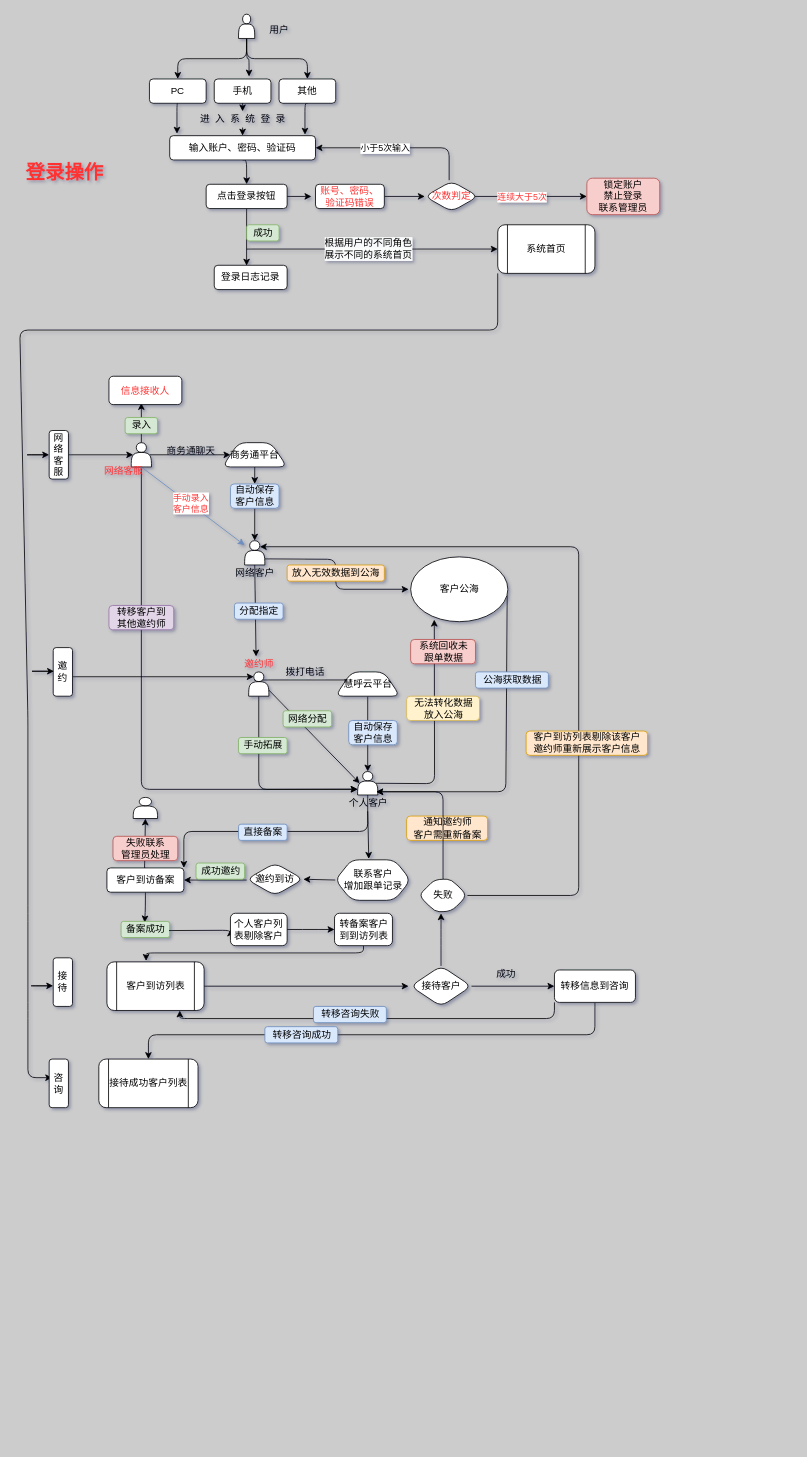
cdcmo/hgedu keeps this draw.io diagram as Untitled Diagram.drawio. Above is the earlier version. Source tidied: cells renumbered, new cells numbered last; positions are measured from the earlier drawing's top-left corner, leaving out a move shared by most shapes. Both pictures are drawn from the tidied source at 81%, with x=0, y=0 at pixel (19, 14).
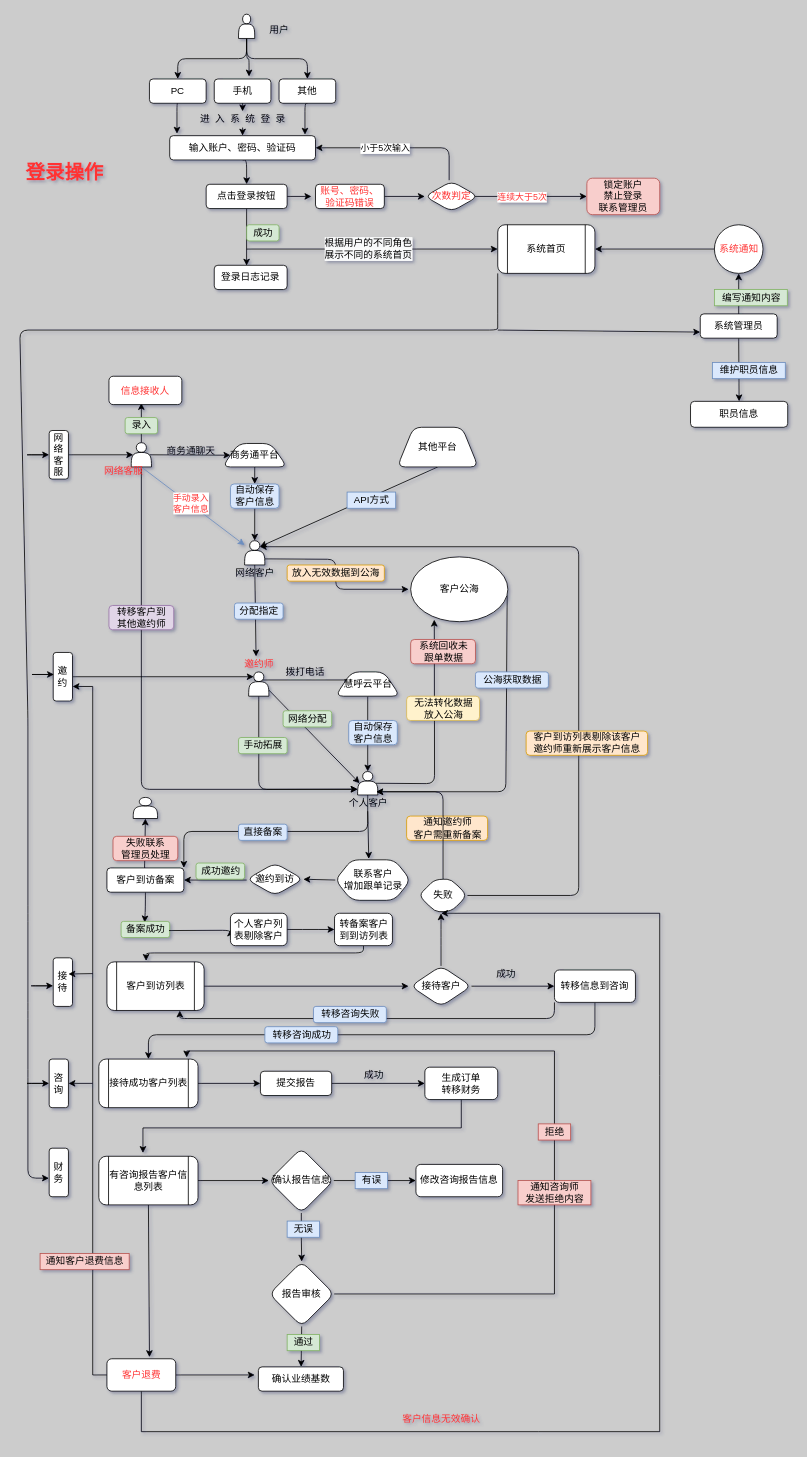
The same page after the edit.

Unchanged cells that the change refers to:
```xml
<mxCell id="33" value="&lt;font color=&quot;#000000&quot;&gt;系统首页&lt;/font&gt;" style="shape=process;whiteSpace=wrap;html=1;backgroundOutline=1;fontColor=#FF3333;rounded=1;" parent="1" vertex="1">
  <mxGeometry x="590" y="260" width="120" height="60" as="geometry" />
</mxCell>
<mxCell id="58" style="shape=actor;whiteSpace=wrap;html=1;fontColor=#FF3333;rounded=1;" parent="1" vertex="1">
  <mxGeometry x="277.5" y="650" width="25" height="30" as="geometry" />
</mxCell>
<mxCell id="96" value="接待成功客户列表" style="shape=process;whiteSpace=wrap;html=1;backgroundOutline=1;fontColor=#000000;rounded=1;" parent="1" vertex="1">
  <mxGeometry x="97.5" y="1290" width="122.5" height="60" as="geometry" />
</mxCell>
<mxCell id="112" value="咨询" style="whiteSpace=wrap;html=1;fontColor=#000000;rounded=1;" parent="1" vertex="1">
  <mxGeometry x="36.2" y="1290" width="23.8" height="60" as="geometry" />
</mxCell>
<mxCell id="113" value="接待" style="whiteSpace=wrap;html=1;fontColor=#000000;rounded=1;" parent="1" vertex="1">
  <mxGeometry x="41.2" y="1165" width="23.8" height="60" as="geometry" />
</mxCell>
```

The edit, as a diff of the source:
```diff
@@
-    <mxCell id="32" style="edgeStyle=none;jettySize=auto;html=1;exitX=0;exitY=1;exitDx=0;exitDy=0;fontColor=#000000;entryX=0.158;entryY=0.383;entryDx=0;entryDy=0;entryPerimeter=0;" parent="1" edge="1" source="33" target="112">
+    <mxCell id="32" style="edgeStyle=none;jettySize=auto;html=1;exitX=0;exitY=1;exitDx=0;exitDy=0;fontColor=#000000;entryX=-0.011;entryY=0.617;entryDx=0;entryDy=0;entryPerimeter=0;" parent="1" edge="1" source="33" target="127">
       <mxGeometry relative="1" as="geometry">
         <Array as="points">
+          <mxPoint x="590" y="380" />
           <mxPoint x="590" y="390" />
           <mxPoint y="390" />
           <mxPoint x="10" y="870" />
           <mxPoint x="10" y="1110" />
           <mxPoint x="10" y="1230" />
           <mxPoint x="10" y="1313" />
+          <mxPoint x="10" y="1437" />
         </Array>
       </mxGeometry>
     </mxCell>
@@
     <mxCell id="43" value="&lt;font color=&quot;#000000&quot;&gt;商务通平台&lt;/font&gt;" style="shape=trapezoid;perimeter=trapezoidPerimeter;whiteSpace=wrap;html=1;fixedSize=1;fontColor=#FF3333;rounded=1;" parent="1" vertex="1">
-      <mxGeometry x="250" y="529" width="80" height="30" as="geometry" />
+      <mxGeometry x="250" y="530" width="80" height="29" as="geometry" />
     </mxCell>
@@
+    <mxCell id="121" style="edgeStyle=orthogonalEdgeStyle;rounded=0;jettySize=auto;html=1;exitX=1;exitY=0.5;exitDx=0;exitDy=0;entryX=0;entryY=0.5;entryDx=0;entryDy=0;" parent="1" edge="1" source="96" target="123">
+      <mxGeometry relative="1" as="geometry" />
+    </mxCell>
@@
     <mxCell id="111" style="edgeStyle=none;orthogonalLoop=1;jettySize=auto;html=1;exitX=0.5;exitY=0;exitDx=0;exitDy=0;fontColor=#000000;" parent="1" edge="1">
       <mxGeometry relative="1" as="geometry">
-        <mxPoint x="45" y="810" as="sourcePoint" />
-        <mxPoint x="45" y="810" as="targetPoint" />
+        <mxPoint x="45" y="816" as="sourcePoint" />
+        <mxPoint x="45" y="816" as="targetPoint" />
       </mxGeometry>
     </mxCell>
@@
     <mxCell id="115" value="邀约" style="whiteSpace=wrap;html=1;fontColor=#000000;rounded=1;" parent="1" vertex="1">
-      <mxGeometry x="41.2" y="782" width="23.8" height="60" as="geometry" />
+      <mxGeometry x="41.2" y="788" width="23.8" height="60" as="geometry" />
     </mxCell>
@@
     <mxCell id="119" style="edgeStyle=none;orthogonalLoop=1;jettySize=auto;html=1;exitX=0;exitY=0.5;exitDx=0;exitDy=0;fontColor=#000000;entryX=0;entryY=0.5;entryDx=0;entryDy=0;" parent="1" edge="1">
       <mxGeometry relative="1" as="geometry">
-        <mxPoint x="36.2" y="811.2" as="sourcePoint" />
-        <mxPoint x="42.2" y="811.2" as="targetPoint" />
+        <mxPoint x="36.2" y="815.2" as="sourcePoint" />
+        <mxPoint x="42.2" y="815.2" as="targetPoint" />
         <Array as="points">
-          <mxPoint x="10" y="811.2" />
+          <mxPoint x="10" y="815.2" />
         </Array>
       </mxGeometry>
     </mxCell>
@@
+    <mxCell id="122" style="edgeStyle=orthogonalEdgeStyle;rounded=0;jettySize=auto;html=1;exitX=1;exitY=0.5;exitDx=0;exitDy=0;entryX=0;entryY=0.5;entryDx=0;entryDy=0;" parent="1" edge="1" source="123" target="125">
+      <mxGeometry relative="1" as="geometry" />
+    </mxCell>
+    <mxCell id="123" value="提交报告" style="rounded=1;whiteSpace=wrap;html=1;" parent="1" vertex="1">
+      <mxGeometry x="297" y="1305" width="88" height="30" as="geometry" />
+    </mxCell>
+    <mxCell id="124" style="edgeStyle=orthogonalEdgeStyle;rounded=0;jettySize=auto;html=1;exitX=0.5;exitY=1;exitDx=0;exitDy=0;entryX=0.445;entryY=-0.067;entryDx=0;entryDy=0;entryPerimeter=0;" parent="1" edge="1" source="125" target="131">
+      <mxGeometry relative="1" as="geometry" />
+    </mxCell>
+    <mxCell id="125" value="生成订单&lt;br&gt;转移财务" style="rounded=1;whiteSpace=wrap;html=1;" parent="1" vertex="1">
+      <mxGeometry x="500" y="1300" width="90" height="40" as="geometry" />
+    </mxCell>
+    <mxCell id="126" value="成功" style="text;html=1;align=center;verticalAlign=middle;" parent="1" vertex="1">
+      <mxGeometry x="417" y="1300" width="40" height="20" as="geometry" />
+    </mxCell>
+    <mxCell id="127" value="财务" style="whiteSpace=wrap;html=1;fontColor=#000000;rounded=1;" parent="1" vertex="1">
+      <mxGeometry x="36.2" y="1400" width="23.8" height="60" as="geometry" />
+    </mxCell>
+    <mxCell id="128" style="edgeStyle=none;orthogonalLoop=1;jettySize=auto;html=1;exitX=0;exitY=0.5;exitDx=0;exitDy=0;fontColor=#000000;entryX=0;entryY=0.5;entryDx=0;entryDy=0;" parent="1" edge="1">
+      <mxGeometry relative="1" as="geometry">
+        <mxPoint x="30.2" y="1320" as="sourcePoint" />
+        <mxPoint x="36.2" y="1320" as="targetPoint" />
+        <Array as="points">
+          <mxPoint x="4" y="1320" />
+        </Array>
+      </mxGeometry>
+    </mxCell>
+    <mxCell id="129" style="edgeStyle=orthogonalEdgeStyle;rounded=0;jettySize=auto;html=1;exitX=1;exitY=0.5;exitDx=0;exitDy=0;entryX=0;entryY=0.5;entryDx=0;entryDy=0;" parent="1" edge="1" source="131" target="134">
+      <mxGeometry relative="1" as="geometry" />
+    </mxCell>
+    <mxCell id="130" style="edgeStyle=none;rounded=0;jettySize=auto;html=1;exitX=0.5;exitY=1;exitDx=0;exitDy=0;entryX=0.618;entryY=-0.05;entryDx=0;entryDy=0;entryPerimeter=0;fontColor=#FF3333;" parent="1" edge="1" source="131" target="151">
+      <mxGeometry relative="1" as="geometry" />
+    </mxCell>
+    <mxCell id="131" value="有咨询报告客户信息列表" style="shape=process;whiteSpace=wrap;html=1;backgroundOutline=1;fontColor=#000000;rounded=1;" parent="1" vertex="1">
+      <mxGeometry x="97.5" y="1410" width="122.5" height="60" as="geometry" />
+    </mxCell>
+    <mxCell id="132" style="edgeStyle=orthogonalEdgeStyle;rounded=0;jettySize=auto;html=1;exitX=1;exitY=0.5;exitDx=0;exitDy=0;" parent="1" edge="1" source="134" target="135">
+      <mxGeometry relative="1" as="geometry" />
+    </mxCell>
+    <mxCell id="133" style="edgeStyle=orthogonalEdgeStyle;rounded=0;jettySize=auto;html=1;exitX=0.5;exitY=1;exitDx=0;exitDy=0;entryX=0.5;entryY=0;entryDx=0;entryDy=0;fontColor=#FF3333;" parent="1" edge="1" source="134" target="139">
+      <mxGeometry relative="1" as="geometry" />
+    </mxCell>
+    <mxCell id="134" value="确认报告信息" style="rhombus;whiteSpace=wrap;html=1;rounded=1;" parent="1" vertex="1">
+      <mxGeometry x="307.5" y="1400" width="80" height="80" as="geometry" />
+    </mxCell>
+    <mxCell id="135" value="修改咨询报告信息" style="rounded=1;whiteSpace=wrap;html=1;" parent="1" vertex="1">
+      <mxGeometry x="489" y="1420" width="107" height="40" as="geometry" />
+    </mxCell>
+    <mxCell id="136" value="有误" style="text;html=1;align=center;verticalAlign=middle;fillColor=#dae8fc;strokeColor=#6c8ebf;" parent="1" vertex="1">
+      <mxGeometry x="414" y="1430" width="40" height="20" as="geometry" />
+    </mxCell>
+    <mxCell id="137" style="edgeStyle=orthogonalEdgeStyle;rounded=0;jettySize=auto;html=1;exitX=1;exitY=0.5;exitDx=0;exitDy=0;entryX=0.886;entryY=-0.033;entryDx=0;entryDy=0;fontColor=#FF3333;entryPerimeter=0;" parent="1" edge="1" source="139" target="96">
+      <mxGeometry relative="1" as="geometry">
+        <Array as="points">
+          <mxPoint x="660" y="1580" />
+          <mxPoint x="660" y="1280" />
+          <mxPoint x="206" y="1280" />
+        </Array>
+      </mxGeometry>
+    </mxCell>
+    <mxCell id="138" style="edgeStyle=none;rounded=0;jettySize=auto;html=1;exitX=0.5;exitY=1;exitDx=0;exitDy=0;fontColor=#FF3333;" parent="1" edge="1" source="139" target="146">
+      <mxGeometry relative="1" as="geometry" />
+    </mxCell>
+    <mxCell id="139" value="&lt;font color=&quot;#000000&quot;&gt;报告审核&lt;/font&gt;" style="rhombus;whiteSpace=wrap;html=1;rounded=1;fontColor=#FF3333;" parent="1" vertex="1">
+      <mxGeometry x="308" y="1540" width="80" height="80" as="geometry" />
+    </mxCell>
+    <mxCell id="140" value="拒绝" style="text;html=1;align=center;verticalAlign=middle;fillColor=#f8cecc;strokeColor=#b85450;" parent="1" vertex="1">
+      <mxGeometry x="640" y="1370" width="40" height="20" as="geometry" />
+    </mxCell>
+    <mxCell id="141" value="&lt;font color=&quot;#000000&quot;&gt;通知咨询师&lt;br&gt;发送拒绝内容&lt;br&gt;&lt;/font&gt;" style="text;html=1;align=center;verticalAlign=middle;fillColor=#f8cecc;strokeColor=#b85450;" parent="1" vertex="1">
+      <mxGeometry x="615" y="1440" width="90" height="30" as="geometry" />
+    </mxCell>
+    <mxCell id="142" style="edgeStyle=none;rounded=0;jettySize=auto;html=1;exitX=0.5;exitY=1;exitDx=0;exitDy=0;entryX=0.75;entryY=0.25;entryDx=0;entryDy=0;entryPerimeter=0;fontColor=#FF3333;" parent="1" edge="1" source="143" target="58">
+      <mxGeometry relative="1" as="geometry" />
+    </mxCell>
+    <mxCell id="143" value="&lt;font color=&quot;#000000&quot;&gt;其他平台&lt;/font&gt;" style="shape=trapezoid;perimeter=trapezoidPerimeter;whiteSpace=wrap;html=1;fixedSize=1;rounded=1;fontColor=#FF3333;" parent="1" vertex="1">
+      <mxGeometry x="466" y="510" width="100" height="49" as="geometry" />
+    </mxCell>
+    <mxCell id="144" value="API方式" style="text;html=1;align=center;verticalAlign=middle;fillColor=#dae8fc;strokeColor=#6c8ebf;" parent="1" vertex="1">
+      <mxGeometry x="404" y="590" width="60" height="20" as="geometry" />
+    </mxCell>
+    <mxCell id="145" value="&lt;font color=&quot;#000000&quot;&gt;无误&lt;/font&gt;" style="text;html=1;align=center;verticalAlign=middle;fillColor=#dae8fc;strokeColor=#6c8ebf;" parent="1" vertex="1">
+      <mxGeometry x="330" y="1490" width="40" height="20" as="geometry" />
+    </mxCell>
+    <mxCell id="146" value="&lt;font color=&quot;#000000&quot;&gt;确认业绩基数&lt;/font&gt;" style="rounded=1;whiteSpace=wrap;html=1;fontColor=#FF3333;" parent="1" vertex="1">
+      <mxGeometry x="294.5" y="1670" width="105" height="30" as="geometry" />
+    </mxCell>
+    <mxCell id="147" value="通过" style="text;html=1;align=center;verticalAlign=middle;fillColor=#d5e8d4;strokeColor=#82b366;" parent="1" vertex="1">
+      <mxGeometry x="330" y="1630" width="40" height="20" as="geometry" />
+    </mxCell>
+    <mxCell id="148" style="edgeStyle=none;rounded=0;jettySize=auto;html=1;exitX=1;exitY=0.5;exitDx=0;exitDy=0;fontColor=#FF3333;" parent="1" edge="1" source="151">
+      <mxGeometry relative="1" as="geometry">
+        <mxPoint x="290" y="1680" as="targetPoint" />
+      </mxGeometry>
+    </mxCell>
+    <mxCell id="149" style="edgeStyle=none;rounded=0;jettySize=auto;html=1;exitX=0.5;exitY=1;exitDx=0;exitDy=0;fontColor=#FF3333;" parent="1" edge="1" source="151">
+      <mxGeometry relative="1" as="geometry">
+        <mxPoint x="520" y="1110" as="targetPoint" />
+        <Array as="points">
+          <mxPoint x="150" y="1750" />
+          <mxPoint x="640" y="1750" />
+          <mxPoint x="790" y="1750" />
+          <mxPoint x="790" y="1310" />
+          <mxPoint x="790" y="1110" />
+        </Array>
+      </mxGeometry>
+    </mxCell>
+    <mxCell id="150" style="edgeStyle=none;rounded=0;jettySize=auto;html=1;exitX=0;exitY=0.5;exitDx=0;exitDy=0;fontColor=#FF3333;" parent="1" edge="1" source="151">
+      <mxGeometry relative="1" as="geometry">
+        <mxPoint x="65" y="830" as="targetPoint" />
+        <Array as="points">
+          <mxPoint x="90" y="1680" />
+          <mxPoint x="90" y="1320" />
+          <mxPoint x="90" y="830" />
+        </Array>
+      </mxGeometry>
+    </mxCell>
+    <mxCell id="151" value="客户退费" style="rounded=1;whiteSpace=wrap;html=1;fontColor=#FF3333;" parent="1" vertex="1">
+      <mxGeometry x="107.5" y="1660" width="85" height="40" as="geometry" />
+    </mxCell>
+    <mxCell id="152" style="edgeStyle=none;rounded=0;orthogonalLoop=1;jettySize=auto;html=1;exitX=0;exitY=0;exitDx=0;exitDy=0;fontColor=#FF3333;" parent="1" edge="1" source="151" target="151">
+      <mxGeometry relative="1" as="geometry" />
+    </mxCell>
+    <mxCell id="153" value="客户信息无效确认" style="text;html=1;align=center;verticalAlign=middle;fontColor=#FF3333;" parent="1" vertex="1">
+      <mxGeometry x="465" y="1724" width="110" height="20" as="geometry" />
+    </mxCell>
+    <mxCell id="154" value="通知客户退费信息" style="text;html=1;align=center;verticalAlign=middle;fillColor=#f8cecc;strokeColor=#b85450;" parent="1" vertex="1">
+      <mxGeometry x="25" y="1530" width="110" height="20" as="geometry" />
+    </mxCell>
+    <mxCell id="155" style="endArrow=classic;html=1;fontColor=#FF3333;entryX=1;entryY=0.5;entryDx=0;entryDy=0;" parent="1" edge="1" target="112">
+      <mxGeometry relative="1" as="geometry">
+        <mxPoint x="90" y="1320" as="sourcePoint" />
+      </mxGeometry>
+    </mxCell>
+    <mxCell id="156" style="endArrow=classic;html=1;fontColor=#FF3333;entryX=0.789;entryY=0.333;entryDx=0;entryDy=0;entryPerimeter=0;" parent="1" edge="1" target="113">
+      <mxGeometry relative="1" as="geometry">
+        <mxPoint x="90" y="1184.5" as="sourcePoint" />
+      </mxGeometry>
+    </mxCell>
+    <mxCell id="157" style="edgeStyle=none;rounded=0;jettySize=auto;html=1;exitX=0;exitY=0.5;exitDx=0;exitDy=0;entryX=1;entryY=0.5;entryDx=0;entryDy=0;fontColor=#FF3333;" parent="1" edge="1" source="158" target="33">
+      <mxGeometry relative="1" as="geometry" />
+    </mxCell>
+    <mxCell id="158" value="系统通知" style="ellipse;whiteSpace=wrap;html=1;rounded=1;fontColor=#FF3333;" parent="1" vertex="1">
+      <mxGeometry x="857.5" y="260" width="60" height="60" as="geometry" />
+    </mxCell>
+    <mxCell id="159" style="edgeStyle=none;rounded=0;jettySize=auto;html=1;exitX=0.5;exitY=0;exitDx=0;exitDy=0;entryX=0.5;entryY=1;entryDx=0;entryDy=0;fontColor=#FF3333;" parent="1" edge="1" source="162" target="158">
+      <mxGeometry relative="1" as="geometry" />
+    </mxCell>
+    <mxCell id="160" style="edgeStyle=none;rounded=0;jettySize=auto;html=1;fontColor=#FF3333;entryX=0;entryY=0.75;entryDx=0;entryDy=0;" parent="1" edge="1" target="162">
+      <mxGeometry relative="1" as="geometry">
+        <mxPoint x="590" y="390" as="sourcePoint" />
+      </mxGeometry>
+    </mxCell>
+    <mxCell id="161" style="edgeStyle=none;rounded=0;jettySize=auto;html=1;exitX=0.5;exitY=1;exitDx=0;exitDy=0;entryX=0.5;entryY=0;entryDx=0;entryDy=0;fontColor=#FF3333;" parent="1" edge="1" source="162" target="164">
+      <mxGeometry relative="1" as="geometry" />
+    </mxCell>
+    <mxCell id="162" value="系统管理员" style="whiteSpace=wrap;html=1;fontColor=#000000;rounded=1;" parent="1" vertex="1">
+      <mxGeometry x="840" y="370" width="95" height="30" as="geometry" />
+    </mxCell>
+    <mxCell id="163" value="编写通知内容" style="text;html=1;align=center;verticalAlign=middle;fillColor=#d5e8d4;strokeColor=#82b366;" parent="1" vertex="1">
+      <mxGeometry x="857.5" y="340" width="90" height="20" as="geometry" />
+    </mxCell>
+    <mxCell id="164" value="&lt;font color=&quot;#000000&quot;&gt;职员信息&lt;/font&gt;" style="rounded=1;whiteSpace=wrap;html=1;fontColor=#FF3333;" parent="1" vertex="1">
+      <mxGeometry x="828" y="478" width="120" height="32" as="geometry" />
+    </mxCell>
+    <mxCell id="165" value="维护职员信息" style="text;html=1;align=center;verticalAlign=middle;fillColor=#dae8fc;strokeColor=#6c8ebf;" parent="1" vertex="1">
+      <mxGeometry x="855" y="430" width="90" height="20" as="geometry" />
+    </mxCell>
```
